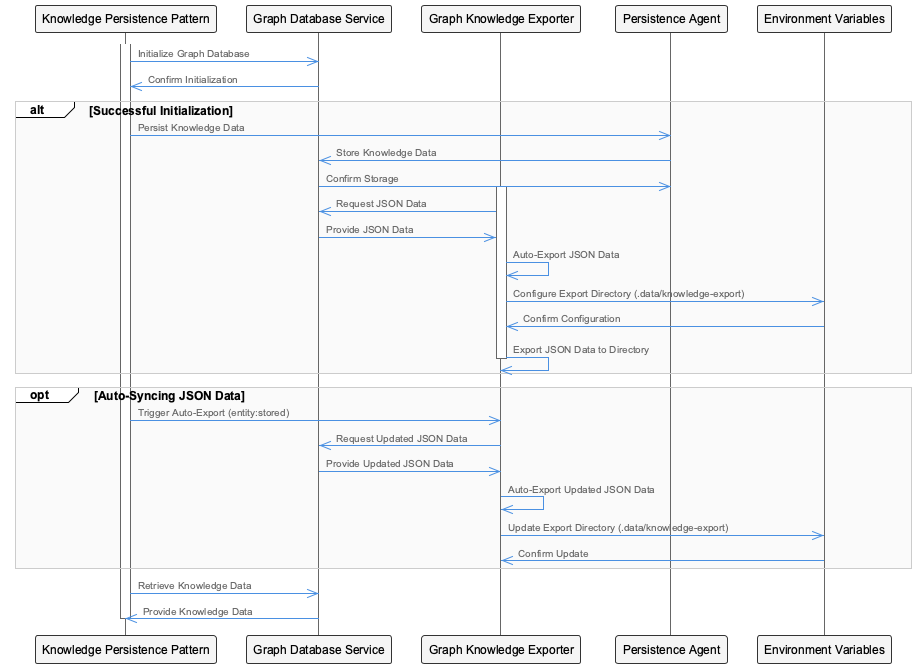
This is knowledge-management/insights/images/knowledge-persistence-pattern-sequence.png from fwornle/coding, a PlantUML export, as it was before one commit.
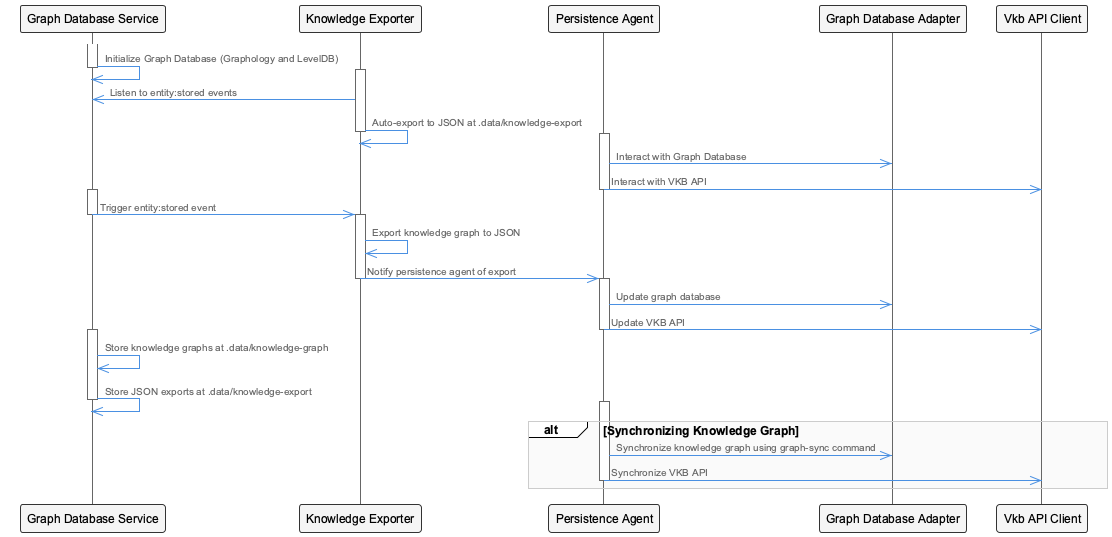
The same file after the commit.

The edit, as a diff of the source:
```diff
@@ -1,42 +1,50 @@
 @startuml
 !include /Users/q284340/Agentic/coding/docs/puml/_standard-style.puml
 
-participant KnowledgePersistencePattern as "Knowledge Persistence Pattern"
 participant GraphDatabaseService as "Graph Database Service"
-participant GraphKnowledgeExporter as "Graph Knowledge Exporter"
+participant KnowledgeExporter as "Knowledge Exporter"
 participant PersistenceAgent as "Persistence Agent"
-participant EnvironmentVariables as "Environment Variables"
+participant GraphDatabaseAdapter as "Graph Database Adapter"
+participant VkbApiClient as "Vkb API Client"
 
-activate KnowledgePersistencePattern
-KnowledgePersistencePattern ->> GraphDatabaseService: Initialize Graph Database
-GraphDatabaseService ->> KnowledgePersistencePattern: Confirm Initialization
+activate GraphDatabaseService
+GraphDatabaseService ->> GraphDatabaseService: Initialize Graph Database (Graphology and LevelDB)
+deactivate GraphDatabaseService
 
-alt Successful Initialization
-    KnowledgePersistencePattern ->> PersistenceAgent: Persist Knowledge Data
-    PersistenceAgent ->> GraphDatabaseService: Store Knowledge Data
-    GraphDatabaseService ->> PersistenceAgent: Confirm Storage
-    activate GraphKnowledgeExporter
-    GraphKnowledgeExporter ->> GraphDatabaseService: Request JSON Data
-    GraphDatabaseService ->> GraphKnowledgeExporter: Provide JSON Data
-    GraphKnowledgeExporter ->> GraphKnowledgeExporter: Auto-Export JSON Data
-    GraphKnowledgeExporter ->> EnvironmentVariables: Configure Export Directory (.data/knowledge-export)
-    EnvironmentVariables ->> GraphKnowledgeExporter: Confirm Configuration
-    GraphKnowledgeExporter ->> GraphKnowledgeExporter: Export JSON Data to Directory
-    deactivate GraphKnowledgeExporter
+activate KnowledgeExporter
+KnowledgeExporter ->> GraphDatabaseService: Listen to entity:stored events
+KnowledgeExporter ->> KnowledgeExporter: Auto-export to JSON at .data/knowledge-export
+deactivate KnowledgeExporter
+
+activate PersistenceAgent
+PersistenceAgent ->> GraphDatabaseAdapter: Interact with Graph Database
+PersistenceAgent ->> VkbApiClient: Interact with VKB API
+deactivate PersistenceAgent
+
+activate GraphDatabaseService
+GraphDatabaseService ->> KnowledgeExporter: Trigger entity:stored event
+deactivate GraphDatabaseService
+
+activate KnowledgeExporter
+KnowledgeExporter ->> KnowledgeExporter: Export knowledge graph to JSON
+KnowledgeExporter ->> PersistenceAgent: Notify persistence agent of export
+deactivate KnowledgeExporter
+
+activate PersistenceAgent
+PersistenceAgent ->> GraphDatabaseAdapter: Update graph database
+PersistenceAgent ->> VkbApiClient: Update VKB API
+deactivate PersistenceAgent
+
+activate GraphDatabaseService
+GraphDatabaseService ->> GraphDatabaseService: Store knowledge graphs at .data/knowledge-graph
+GraphDatabaseService ->> GraphDatabaseService: Store JSON exports at .data/knowledge-export
+deactivate GraphDatabaseService
+
+alt Synchronizing Knowledge Graph
+    activate PersistenceAgent
+    PersistenceAgent ->> GraphDatabaseAdapter: Synchronize knowledge graph using graph-sync command
+    PersistenceAgent ->> VkbApiClient: Synchronize VKB API
+    deactivate PersistenceAgent
 end
 
-opt Auto-Syncing JSON Data
-    KnowledgePersistencePattern ->> GraphKnowledgeExporter: Trigger Auto-Export (entity:stored)
-    GraphKnowledgeExporter ->> GraphDatabaseService: Request Updated JSON Data
-    GraphDatabaseService ->> GraphKnowledgeExporter: Provide Updated JSON Data
-    GraphKnowledgeExporter ->> GraphKnowledgeExporter: Auto-Export Updated JSON Data
-    GraphKnowledgeExporter ->> EnvironmentVariables: Update Export Directory (.data/knowledge-export)
-    EnvironmentVariables ->> GraphKnowledgeExporter: Confirm Update
-end
-
-KnowledgePersistencePattern ->> GraphDatabaseService: Retrieve Knowledge Data
-GraphDatabaseService ->> KnowledgePersistencePattern: Provide Knowledge Data
-
-deactivate KnowledgePersistencePattern
-
 @enduml
```
